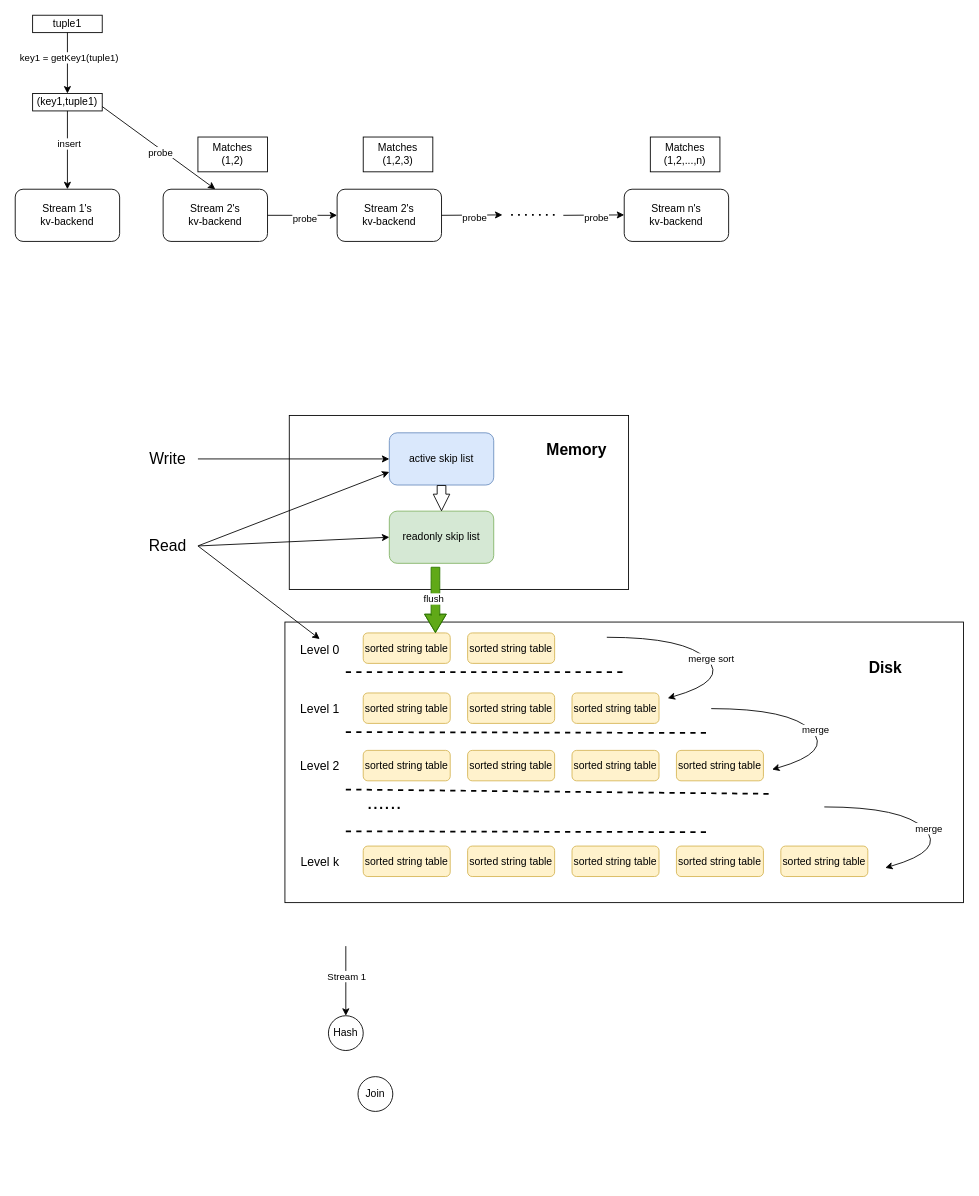
Above: mj.drawio in wmsj2000/MJPictures (draw.io), before the change. Source tidied: cells renumbered, new cells numbered last; positions are measured from the earlier drawing's top-left corner, leaving out a move shared by most shapes. Both pictures are drawn from the tidied source at 87%, with x=0, y=0 at pixel (15, 15).
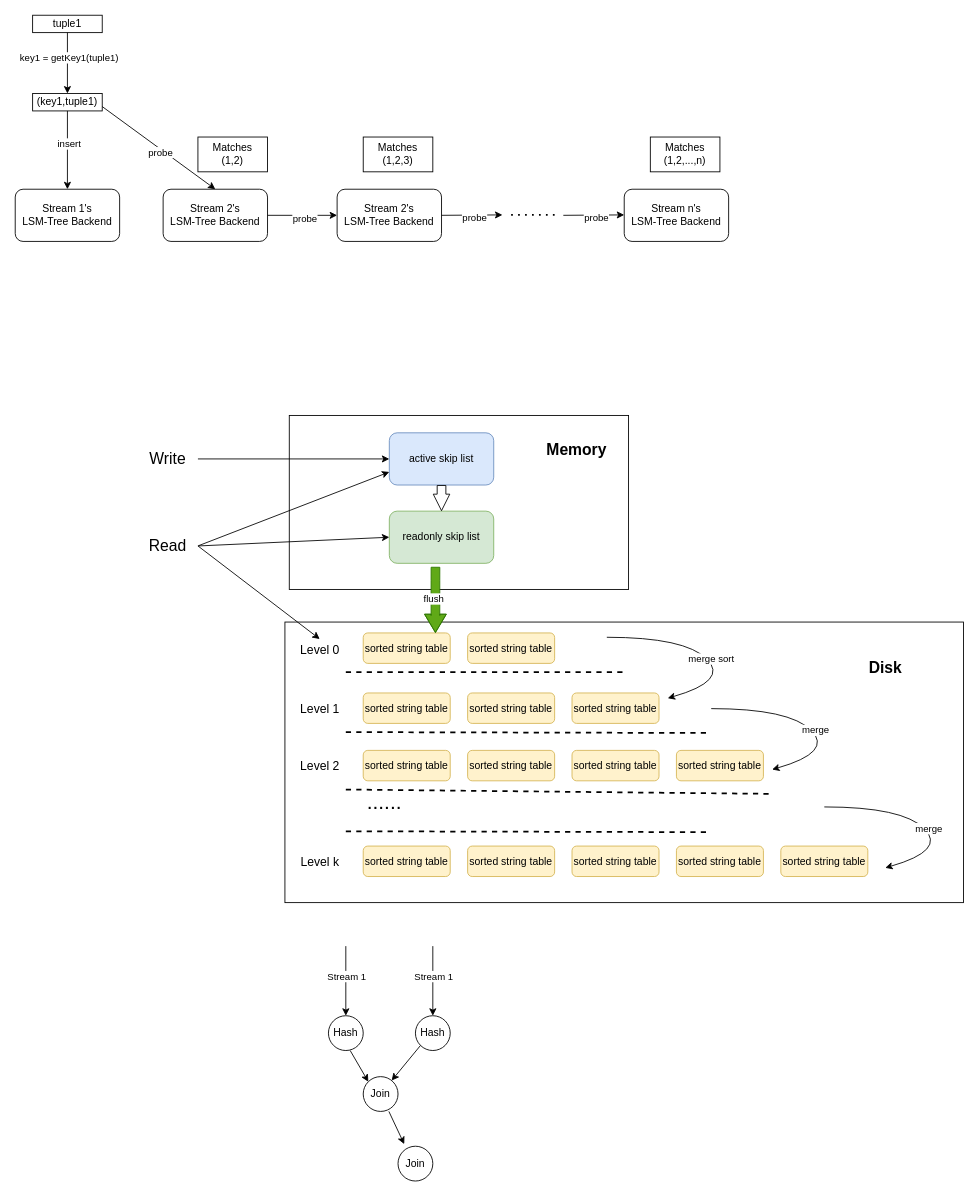
After the change.

What changed in the source:
```diff
@@
-    <mxCell id="2" value="Stream 1's&lt;br&gt;kv-backend" style="rounded=1;whiteSpace=wrap;html=1;" parent="1" vertex="1">
+    <mxCell id="2" value="Stream 1's&lt;br&gt;LSM-Tree Backend" style="rounded=1;whiteSpace=wrap;html=1;" parent="1" vertex="1">
       <mxGeometry y="200" width="120" height="60" as="geometry" />
     </mxCell>
-    <mxCell id="3" value="Stream 2's&lt;br&gt;kv-backend" style="rounded=1;whiteSpace=wrap;html=1;" parent="1" vertex="1">
+    <mxCell id="3" value="Stream 2's&lt;br&gt;LSM-Tree Backend" style="rounded=1;whiteSpace=wrap;html=1;" parent="1" vertex="1">
       <mxGeometry x="170" y="200" width="120" height="60" as="geometry" />
     </mxCell>
-    <mxCell id="4" value="Stream 2's&lt;br&gt;kv-backend" style="rounded=1;whiteSpace=wrap;html=1;" parent="1" vertex="1">
+    <mxCell id="4" value="Stream 2's&lt;br&gt;LSM-Tree Backend" style="rounded=1;whiteSpace=wrap;html=1;" parent="1" vertex="1">
       <mxGeometry x="370" y="200" width="120" height="60" as="geometry" />
     </mxCell>
-    <mxCell id="5" value="Stream n's&lt;br&gt;kv-backend" style="rounded=1;whiteSpace=wrap;html=1;" parent="1" vertex="1">
+    <mxCell id="5" value="Stream n's&lt;br&gt;LSM-Tree Backend" style="rounded=1;whiteSpace=wrap;html=1;" parent="1" vertex="1">
       <mxGeometry x="700" y="200" width="120" height="60" as="geometry" />
     </mxCell>
@@
     <mxCell id="68" value="Join" style="ellipse;whiteSpace=wrap;html=1;" parent="1" vertex="1">
-      <mxGeometry x="394" y="1220" width="40" height="40" as="geometry" />
+      <mxGeometry x="400" y="1220" width="40" height="40" as="geometry" />
     </mxCell>
@@
+    <mxCell id="72" style="endArrow=classic;html=1;rounded=0;entryX=0;entryY=0;entryDx=0;entryDy=0;" parent="1" edge="1" target="68">
+      <mxGeometry relative="1" as="geometry">
+        <mxPoint x="385" y="1190" as="sourcePoint" />
+      </mxGeometry>
+    </mxCell>
+    <mxCell id="73" value="Hash" style="ellipse;whiteSpace=wrap;html=1;" parent="1" vertex="1">
+      <mxGeometry x="460" y="1150" width="40" height="40" as="geometry" />
+    </mxCell>
+    <mxCell id="74" style="endArrow=classic;html=1;rounded=0;entryX=0.5;entryY=0;entryDx=0;entryDy=0;" parent="1" edge="1" target="73">
+      <mxGeometry relative="1" as="geometry">
+        <mxPoint x="480" y="1070" as="sourcePoint" />
+      </mxGeometry>
+    </mxCell>
+    <mxCell id="75" value="Stream 1" style="edgeLabel;html=1;align=center;verticalAlign=middle;" parent="74" vertex="1">
+      <mxGeometry x="-0.16" relative="1" as="geometry" />
+    </mxCell>
+    <mxCell id="76" style="endArrow=classic;html=1;rounded=0;exitX=0;exitY=1;exitDx=0;exitDy=0;" parent="1" edge="1" source="73" target="68">
+      <mxGeometry relative="1" as="geometry" />
+    </mxCell>
+    <mxCell id="77" value="Join" style="ellipse;whiteSpace=wrap;html=1;" parent="1" vertex="1">
+      <mxGeometry x="440" y="1300" width="40" height="40" as="geometry" />
+    </mxCell>
+    <mxCell id="78" style="endArrow=classic;html=1;rounded=0;entryX=0.178;entryY=-0.06;entryDx=0;entryDy=0;entryPerimeter=0;" parent="1" edge="1" target="77">
+      <mxGeometry relative="1" as="geometry">
+        <mxPoint x="429.5" y="1260" as="sourcePoint" />
+      </mxGeometry>
+    </mxCell>
```
